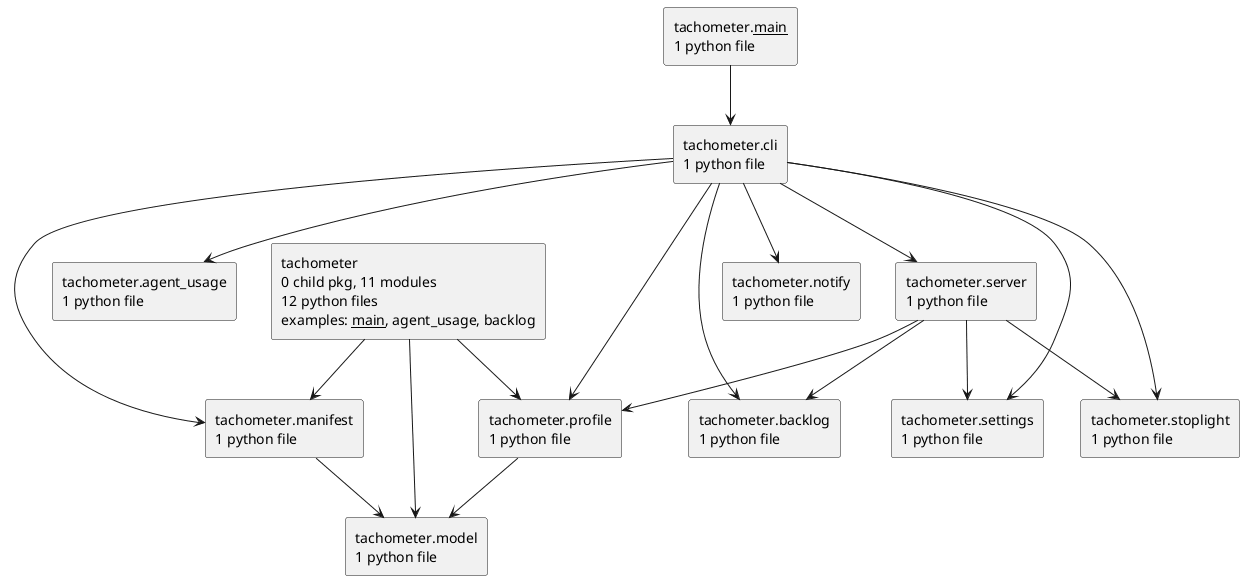
This is docs/diagrams/python-packages.puml.png from casonk/tachometer, a PlantUML export, as it was before one commit.
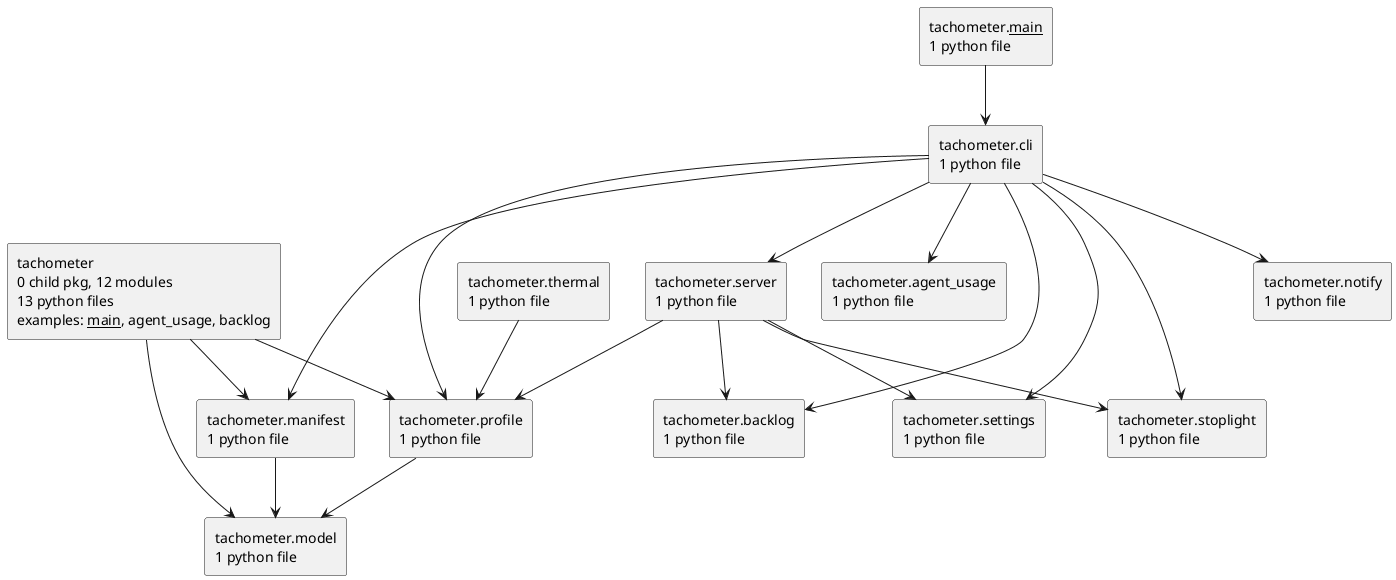
Above is the later version.

The edit, as a diff of the source:
```diff
@@ -2,7 +2,7 @@
 set namespaceSeparator none
 top to bottom direction
 skinparam componentStyle rectangle
-rectangle "tachometer\n0 child pkg, 11 modules\n12 python files\nexamples: __main__, agent_usage, backlog" as tachometer
+rectangle "tachometer\n0 child pkg, 12 modules\n13 python files\nexamples: __main__, agent_usage, backlog" as tachometer
 rectangle "tachometer.__main__\n1 python file" as tachometer.__main__
 rectangle "tachometer.agent_usage\n1 python file" as tachometer.agent_usage
 rectangle "tachometer.backlog\n1 python file" as tachometer.backlog
@@ -14,6 +14,7 @@
 rectangle "tachometer.server\n1 python file" as tachometer.server
 rectangle "tachometer.settings\n1 python file" as tachometer.settings
 rectangle "tachometer.stoplight\n1 python file" as tachometer.stoplight
+rectangle "tachometer.thermal\n1 python file" as tachometer.thermal
 tachometer --> tachometer.manifest
 tachometer --> tachometer.model
 tachometer --> tachometer.profile
@@ -32,4 +33,5 @@
 tachometer.server --> tachometer.profile
 tachometer.server --> tachometer.settings
 tachometer.server --> tachometer.stoplight
+tachometer.thermal --> tachometer.profile
 @enduml
```
